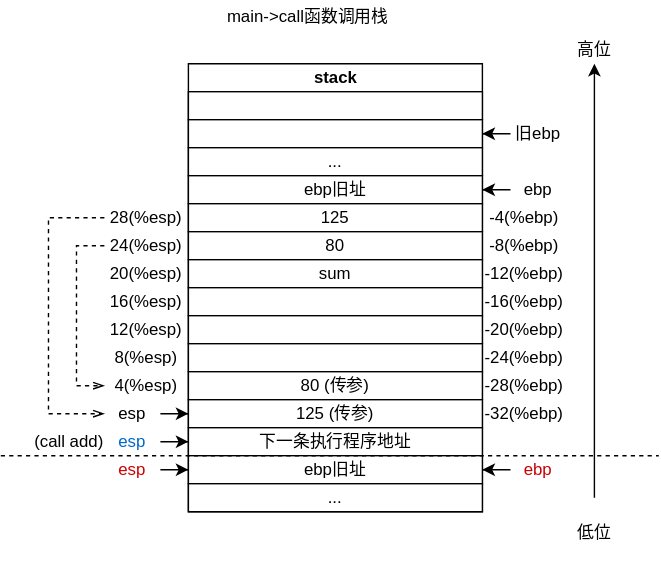
Stolorzs/Picgo keeps this draw.io diagram as drawio/x86callFunc.drawio.svg. Above is the earlier version. Source tidied: cells renumbered, new cells last; positions are measured from the earlier drawing's top-left corner, leaving out a move shared by most shapes.
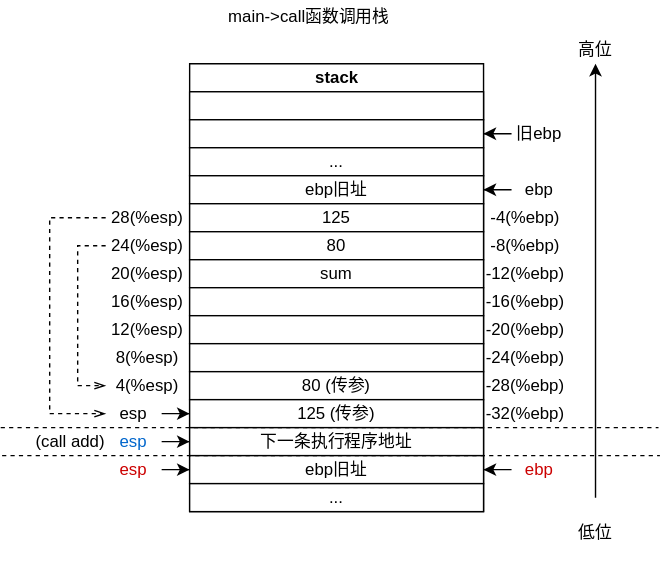
The same diagram one commit later.

Change to the diagram source:
```diff
@@ -174,5 +174,11 @@
     <mxCell id="53" value="低位" style="text;html=1;align=center;verticalAlign=middle;whiteSpace=wrap;rounded=0;" parent="50" vertex="1">
       <mxGeometry y="330" width="40" height="50" as="geometry" />
     </mxCell>
+    <mxCell id="54" style="endArrow=none;dashed=1;html=1;rounded=0;fontFamily=Helvetica;fontSize=12;fontColor=#0066CC;" parent="50" edge="1">
+      <mxGeometry relative="1" as="geometry">
+        <mxPoint x="-405" y="280" as="sourcePoint" />
+        <mxPoint x="65" y="280" as="targetPoint" />
+      </mxGeometry>
+    </mxCell>
   </root>
 </mxGraphModel>
```
